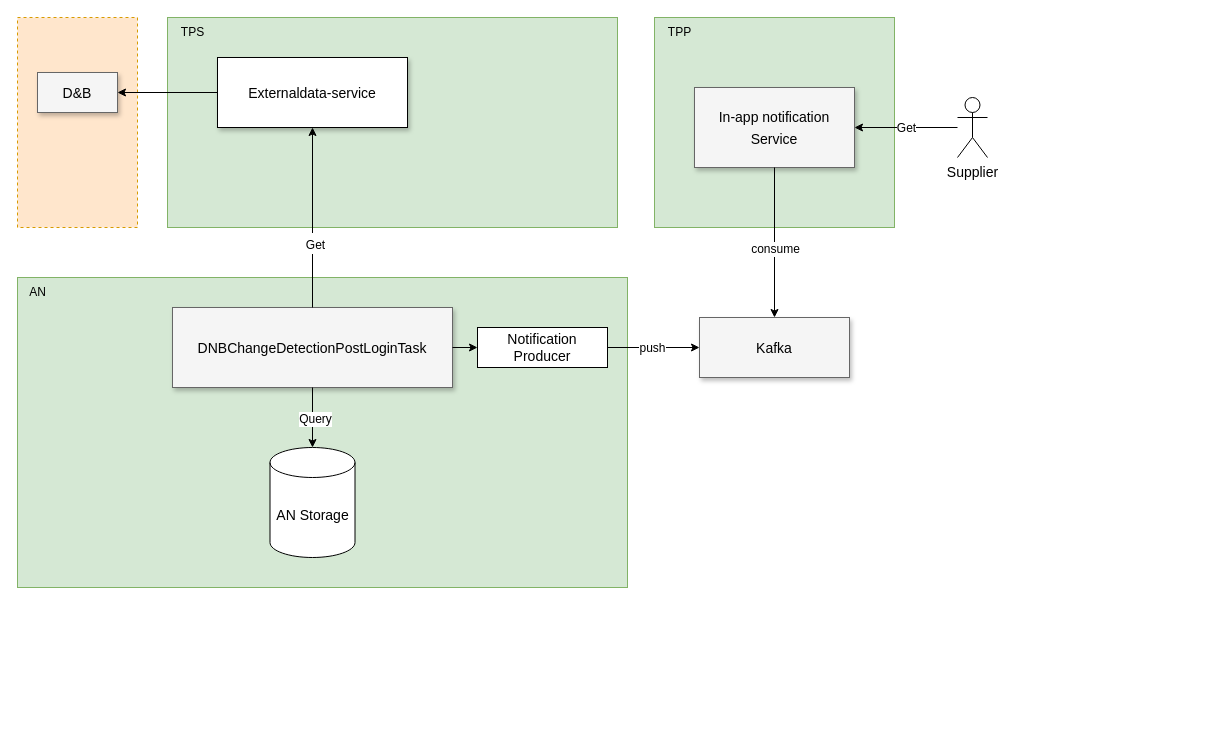
This is block_diagram_detection_dnb_changes.drawio from huangshijie/Drawio, a draw.io file, before an edit. Source tidied: cells renumbered, new cells numbered last; positions are measured from the earlier drawing's top-left corner, leaving out a move shared by most shapes. Both pictures are drawn from the tidied source at 100%, with x=0, y=0 at pixel (17, 17).
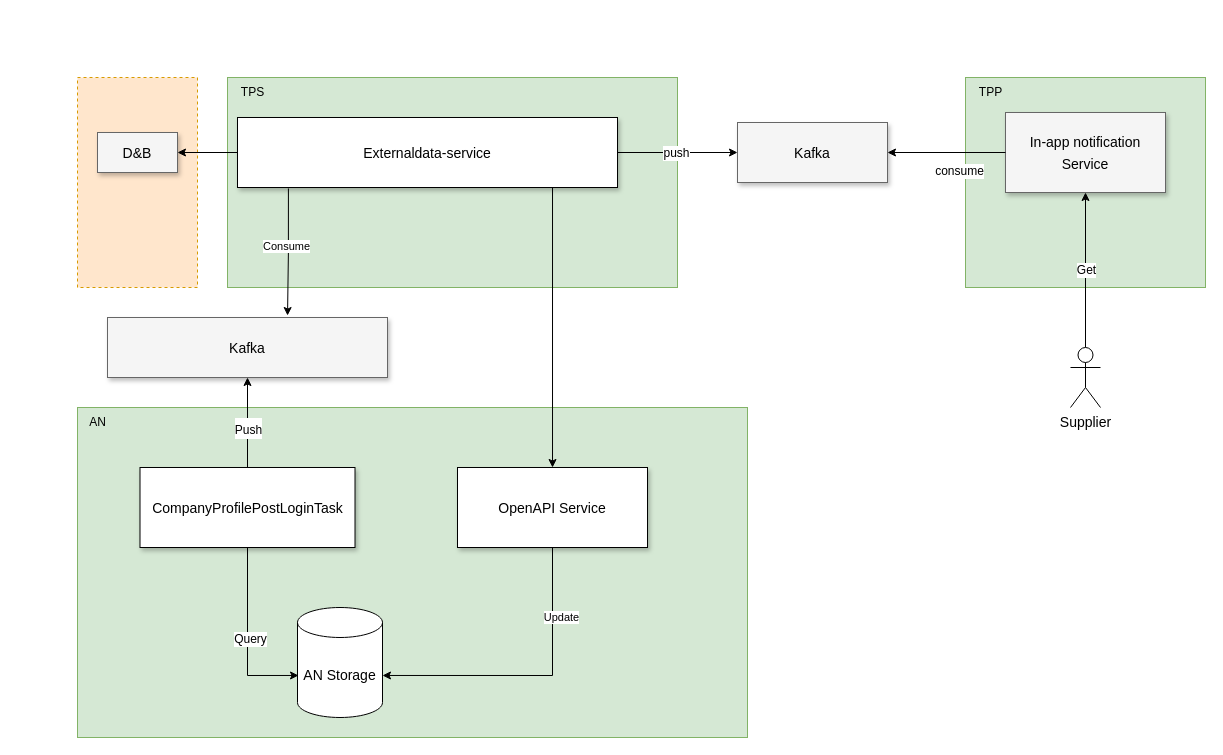
The same page after the edit.

Change to the diagram source:
```diff
@@
-    <mxCell id="2" style="group;" parent="1" vertex="1">
-      <mxGeometry width="970" height="570" as="geometry" />
-    </mxCell>
-    <mxCell id="3" style="rounded=0;whiteSpace=wrap;html=1;dashed=1;fillColor=#ffe6cc;strokeColor=#d79b00;" parent="2" vertex="1">
-      <mxGeometry width="120" height="210" as="geometry" />
+    <mxCell id="3" style="rounded=0;whiteSpace=wrap;html=1;dashed=1;fillColor=#ffe6cc;strokeColor=#d79b00;" parent="1" vertex="1">
+      <mxGeometry x="60" y="60" width="120" height="210" as="geometry" />
     </mxCell>
-    <mxCell id="4" style="rounded=0;whiteSpace=wrap;html=1;fillColor=#d5e8d4;strokeColor=#82b366;" parent="2" vertex="1">
-      <mxGeometry x="637" width="240" height="210" as="geometry" />
+    <mxCell id="4" style="rounded=0;whiteSpace=wrap;html=1;fillColor=#d5e8d4;strokeColor=#82b366;" parent="1" vertex="1">
+      <mxGeometry x="948" y="60" width="240" height="210" as="geometry" />
     </mxCell>
-    <mxCell id="5" style="rounded=0;whiteSpace=wrap;html=1;fillColor=#d5e8d4;strokeColor=#82b366;" parent="2" vertex="1">
-      <mxGeometry x="150" width="450" height="210" as="geometry" />
+    <mxCell id="5" style="rounded=0;whiteSpace=wrap;html=1;fillColor=#d5e8d4;strokeColor=#82b366;" parent="1" vertex="1">
+      <mxGeometry x="210" y="60" width="450" height="210" as="geometry" />
     </mxCell>
-    <mxCell id="6" style="rounded=0;whiteSpace=wrap;html=1;fillColor=#d5e8d4;strokeColor=#82b366;" parent="2" vertex="1">
-      <mxGeometry y="260" width="610" height="310" as="geometry" />
+    <mxCell id="6" style="rounded=0;whiteSpace=wrap;html=1;fillColor=#d5e8d4;strokeColor=#82b366;" parent="1" vertex="1">
+      <mxGeometry x="60" y="390" width="670" height="330" as="geometry" />
     </mxCell>
+    <mxCell id="30" style="edgeStyle=orthogonalEdgeStyle;rounded=0;jettySize=auto;html=1;exitX=0.134;exitY=1.014;exitDx=0;exitDy=0;entryX=0.643;entryY=-0.033;entryDx=0;entryDy=0;exitPerimeter=0;entryPerimeter=0;" parent="1" edge="1" source="7" target="33">
+      <mxGeometry relative="1" as="geometry" />
+    </mxCell>
+    <mxCell id="31" value="Consume" style="edgeLabel;html=1;align=center;verticalAlign=middle;" parent="30" vertex="1">
+      <mxGeometry x="-0.1" y="-2" relative="1" as="geometry" />
+    </mxCell>
+    <mxCell id="32" style="edgeStyle=orthogonalEdgeStyle;rounded=0;jettySize=auto;html=1;exitX=0.829;exitY=0.986;exitDx=0;exitDy=0;exitPerimeter=0;" parent="1" edge="1" source="7" target="36">
+      <mxGeometry relative="1" as="geometry" />
+    </mxCell>
-    <mxCell id="7" value="&lt;font style=&quot;font-size: 14px;&quot;&gt;Externaldata-service&lt;/font&gt;" style="whiteSpace=wrap;html=1;shadow=1;fontSize=18;" parent="2" vertex="1">
-      <mxGeometry x="200" y="40" width="190" height="70" as="geometry" />
+    <mxCell id="7" value="&lt;font style=&quot;font-size: 14px;&quot;&gt;Externaldata-service&lt;/font&gt;" style="whiteSpace=wrap;html=1;shadow=1;fontSize=18;" parent="1" vertex="1">
+      <mxGeometry x="220" y="100" width="380" height="70" as="geometry" />
     </mxCell>
-    <mxCell id="8" value="&lt;font style=&quot;font-size: 14px;&quot;&gt;Kafka&lt;/font&gt;" style="whiteSpace=wrap;html=1;shadow=1;fontSize=18;fillColor=#f5f5f5;strokeColor=#666666;" parent="2" vertex="1">
-      <mxGeometry x="682" y="300" width="150" height="60" as="geometry" />
+    <mxCell id="8" value="&lt;font style=&quot;font-size: 14px;&quot;&gt;Kafka&lt;/font&gt;" style="whiteSpace=wrap;html=1;shadow=1;fontSize=18;fillColor=#f5f5f5;strokeColor=#666666;" parent="1" vertex="1">
+      <mxGeometry x="720" y="105" width="150" height="60" as="geometry" />
     </mxCell>
-    <mxCell id="9" value="&lt;font style=&quot;font-size: 14px;&quot;&gt;DNBChangeDetectionPostLoginTask&lt;/font&gt;" style="whiteSpace=wrap;html=1;shadow=1;fontSize=18;fillColor=#f5f5f5;strokeColor=#666666;" parent="2" vertex="1">
-      <mxGeometry x="155" y="290" width="280" height="80" as="geometry" />
+    <mxCell id="9" value="&lt;font style=&quot;font-size: 14px;&quot;&gt;CompanyProfilePostLoginTask&lt;/font&gt;" style="whiteSpace=wrap;html=1;shadow=1;fontSize=18;" parent="1" vertex="1">
+      <mxGeometry x="122.5" y="450" width="215" height="80" as="geometry" />
     </mxCell>
-    <mxCell id="10" style="edgeStyle=orthogonalEdgeStyle;rounded=0;jettySize=auto;html=1;exitX=1;exitY=0.5;exitDx=0;exitDy=0;entryX=0;entryY=0.5;entryDx=0;entryDy=0;" parent="2" edge="1" source="28" target="8">
+    <mxCell id="10" style="edgeStyle=orthogonalEdgeStyle;rounded=0;jettySize=auto;html=1;exitX=1;exitY=0.5;exitDx=0;exitDy=0;entryX=0;entryY=0.5;entryDx=0;entryDy=0;" parent="1" edge="1" source="7" target="8">
       <mxGeometry relative="1" as="geometry" />
     </mxCell>
@@
-    <mxCell id="12" value="&lt;font style=&quot;font-size: 14px;&quot;&gt;In-app notification Service&lt;/font&gt;" style="whiteSpace=wrap;html=1;shadow=1;fontSize=18;fillColor=#f5f5f5;strokeColor=#666666;" parent="2" vertex="1">
-      <mxGeometry x="677" y="70" width="160" height="80" as="geometry" />
+    <mxCell id="12" value="&lt;font style=&quot;font-size: 14px;&quot;&gt;In-app notification Service&lt;/font&gt;" style="whiteSpace=wrap;html=1;shadow=1;fontSize=18;fillColor=#f5f5f5;strokeColor=#666666;" parent="1" vertex="1">
+      <mxGeometry x="988" y="95" width="160" height="80" as="geometry" />
     </mxCell>
-    <mxCell id="13" style="edgeStyle=orthogonalEdgeStyle;rounded=0;jettySize=auto;html=1;exitX=0.5;exitY=1;exitDx=0;exitDy=0;entryX=0.5;entryY=0;entryDx=0;entryDy=0;" parent="2" edge="1" source="12" target="8">
+    <mxCell id="13" style="edgeStyle=orthogonalEdgeStyle;rounded=0;jettySize=auto;html=1;exitX=0;exitY=0.5;exitDx=0;exitDy=0;entryX=1;entryY=0.5;entryDx=0;entryDy=0;" parent="1" edge="1" source="12" target="8">
       <mxGeometry relative="1" as="geometry" />
     </mxCell>
@@
-    <mxCell id="15" style="edgeStyle=orthogonalEdgeStyle;rounded=0;jettySize=auto;html=1;entryX=1;entryY=0.5;entryDx=0;entryDy=0;" parent="2" edge="1" source="17" target="12">
+    <mxCell id="15" style="edgeStyle=orthogonalEdgeStyle;rounded=0;jettySize=auto;html=1;entryX=0.5;entryY=1;entryDx=0;entryDy=0;" parent="1" edge="1" source="17" target="12">
       <mxGeometry relative="1" as="geometry" />
     </mxCell>
@@
-    <mxCell id="17" value="&lt;font style=&quot;font-size: 14px;&quot;&gt;Supplier&lt;/font&gt;" style="shape=umlActor;verticalLabelPosition=bottom;verticalAlign=top;html=1;outlineConnect=0;" parent="2" vertex="1">
-      <mxGeometry x="940" y="80" width="30" height="60" as="geometry" />
+    <mxCell id="17" value="&lt;font style=&quot;font-size: 14px;&quot;&gt;Supplier&lt;/font&gt;" style="shape=umlActor;verticalLabelPosition=bottom;verticalAlign=top;html=1;outlineConnect=0;" parent="1" vertex="1">
+      <mxGeometry x="1053" y="330" width="30" height="60" as="geometry" />
     </mxCell>
-    <mxCell id="18" value="&lt;font style=&quot;font-size: 14px;&quot;&gt;AN Storage&lt;/font&gt;" style="shape=cylinder3;whiteSpace=wrap;html=1;boundedLbl=1;backgroundOutline=1;size=15;" parent="2" vertex="1">
-      <mxGeometry x="252.5" y="430" width="85" height="110" as="geometry" />
+    <mxCell id="18" value="&lt;font style=&quot;font-size: 14px;&quot;&gt;AN Storage&lt;/font&gt;" style="shape=cylinder3;whiteSpace=wrap;html=1;boundedLbl=1;backgroundOutline=1;size=15;" parent="1" vertex="1">
+      <mxGeometry x="280" y="590" width="85" height="110" as="geometry" />
     </mxCell>
-    <mxCell id="19" value="AN" style="text;html=1;align=center;verticalAlign=middle;strokeColor=none;fillColor=none;" parent="2" vertex="1">
-      <mxGeometry y="260" width="40" height="30" as="geometry" />
+    <mxCell id="19" value="AN" style="text;html=1;align=center;verticalAlign=middle;strokeColor=none;fillColor=none;" parent="1" vertex="1">
+      <mxGeometry x="60" y="390" width="40" height="30" as="geometry" />
     </mxCell>
-    <mxCell id="20" value="TPP" style="text;html=1;align=center;verticalAlign=middle;strokeColor=none;fillColor=none;" parent="2" vertex="1">
-      <mxGeometry x="637" width="50" height="30" as="geometry" />
+    <mxCell id="20" value="TPP" style="text;html=1;align=center;verticalAlign=middle;strokeColor=none;fillColor=none;" parent="1" vertex="1">
+      <mxGeometry x="948" y="60" width="50" height="30" as="geometry" />
     </mxCell>
-    <mxCell id="21" value="TPS" style="text;html=1;align=center;verticalAlign=middle;strokeColor=none;fillColor=none;" parent="2" vertex="1">
-      <mxGeometry x="150" width="50" height="30" as="geometry" />
+    <mxCell id="21" value="TPS" style="text;html=1;align=center;verticalAlign=middle;strokeColor=none;fillColor=none;" parent="1" vertex="1">
+      <mxGeometry x="210" y="60" width="50" height="30" as="geometry" />
     </mxCell>
-    <mxCell id="22" style="edgeStyle=orthogonalEdgeStyle;rounded=0;jettySize=auto;html=1;fontSize=18;startArrow=none;startFill=0;" parent="2" edge="1" source="9" target="18">
+    <mxCell id="22" style="edgeStyle=orthogonalEdgeStyle;rounded=0;jettySize=auto;html=1;fontSize=18;startArrow=none;startFill=0;entryX=0.012;entryY=0.618;entryDx=0;entryDy=0;entryPerimeter=0;" parent="1" edge="1" source="9" target="18">
       <mxGeometry relative="1" as="geometry" />
     </mxCell>
@@
-    <mxCell id="24" style="edgeStyle=orthogonalEdgeStyle;rounded=0;jettySize=auto;html=1;entryX=0.5;entryY=1;entryDx=0;entryDy=0;exitX=0.5;exitY=0;exitDx=0;exitDy=0;" parent="2" edge="1" source="9" target="7">
+    <mxCell id="24" style="edgeStyle=orthogonalEdgeStyle;rounded=0;jettySize=auto;html=1;exitX=0.5;exitY=0;exitDx=0;exitDy=0;entryX=0.5;entryY=1;entryDx=0;entryDy=0;" parent="1" edge="1" source="9" target="33">
       <mxGeometry relative="1" as="geometry" />
     </mxCell>
-    <mxCell id="25" value="&lt;font style=&quot;font-size: 12px;&quot;&gt;Get&lt;/font&gt;" style="edgeLabel;html=1;align=center;verticalAlign=middle;fontSize=18;" parent="24" vertex="1">
+    <mxCell id="25" value="&lt;font style=&quot;font-size: 12px;&quot;&gt;Push&lt;/font&gt;" style="edgeLabel;html=1;align=center;verticalAlign=middle;fontSize=18;" parent="24" vertex="1">
       <mxGeometry x="0.03" y="-1" relative="1" as="geometry">
-        <mxPoint x="1" y="28" as="offset" />
+        <mxPoint x="-1" y="6" as="offset" />
       </mxGeometry>
     </mxCell>
-    <mxCell id="26" value="&lt;font style=&quot;font-size: 14px;&quot;&gt;D&amp;amp;B&lt;/font&gt;" style="whiteSpace=wrap;html=1;shadow=1;fontSize=18;fillColor=#f5f5f5;strokeColor=#666666;" parent="2" vertex="1">
-      <mxGeometry x="20" y="55" width="80" height="40" as="geometry" />
+    <mxCell id="26" value="&lt;font style=&quot;font-size: 14px;&quot;&gt;D&amp;amp;B&lt;/font&gt;" style="whiteSpace=wrap;html=1;shadow=1;fontSize=18;fillColor=#f5f5f5;strokeColor=#666666;" parent="1" vertex="1">
+      <mxGeometry x="80" y="115" width="80" height="40" as="geometry" />
     </mxCell>
-    <mxCell id="27" style="edgeStyle=orthogonalEdgeStyle;rounded=0;jettySize=auto;html=1;exitX=0;exitY=0.5;exitDx=0;exitDy=0;" parent="2" edge="1" source="7" target="26">
+    <mxCell id="27" style="edgeStyle=orthogonalEdgeStyle;rounded=0;jettySize=auto;html=1;exitX=0;exitY=0.5;exitDx=0;exitDy=0;" parent="1" edge="1" source="7" target="26">
       <mxGeometry relative="1" as="geometry" />
     </mxCell>
-    <mxCell id="28" value="&lt;font style=&quot;font-size: 14px;&quot;&gt;Notification Producer&lt;/font&gt;" style="rounded=0;whiteSpace=wrap;html=1;fontSize=12;" parent="2" vertex="1">
-      <mxGeometry x="460" y="310" width="130" height="40" as="geometry" />
-    </mxCell>
-    <mxCell id="29" style="edgeStyle=orthogonalEdgeStyle;rounded=0;jettySize=auto;html=1;exitX=1;exitY=0.5;exitDx=0;exitDy=0;entryX=0;entryY=0.5;entryDx=0;entryDy=0;" parent="2" edge="1" source="9" target="28">
-      <mxGeometry relative="1" as="geometry" />
-    </mxCell>
+    <mxCell id="33" value="&lt;span style=&quot;font-size: 14px;&quot;&gt;Kafka&lt;/span&gt;" style="whiteSpace=wrap;html=1;shadow=1;fontSize=18;fillColor=#f5f5f5;strokeColor=#666666;" parent="1" vertex="1">
+      <mxGeometry x="90" y="300" width="280" height="60" as="geometry" />
+    </mxCell>
+    <mxCell id="34" style="edgeStyle=orthogonalEdgeStyle;rounded=0;jettySize=auto;html=1;entryX=1;entryY=0.618;entryDx=0;entryDy=0;entryPerimeter=0;exitX=0.5;exitY=1;exitDx=0;exitDy=0;" parent="1" edge="1" source="36" target="18">
+      <mxGeometry relative="1" as="geometry" />
+    </mxCell>
+    <mxCell id="35" value="Update" style="edgeLabel;html=1;align=center;verticalAlign=middle;" parent="34" vertex="1">
+      <mxGeometry x="-0.23" y="3" relative="1" as="geometry">
+        <mxPoint x="5" y="-46" as="offset" />
+      </mxGeometry>
+    </mxCell>
+    <mxCell id="36" value="&lt;font style=&quot;font-size: 14px;&quot;&gt;OpenAPI Service&lt;/font&gt;" style="whiteSpace=wrap;html=1;shadow=1;fontSize=18;" parent="1" vertex="1">
+      <mxGeometry x="440" y="450" width="190" height="80" as="geometry" />
+    </mxCell>
```
